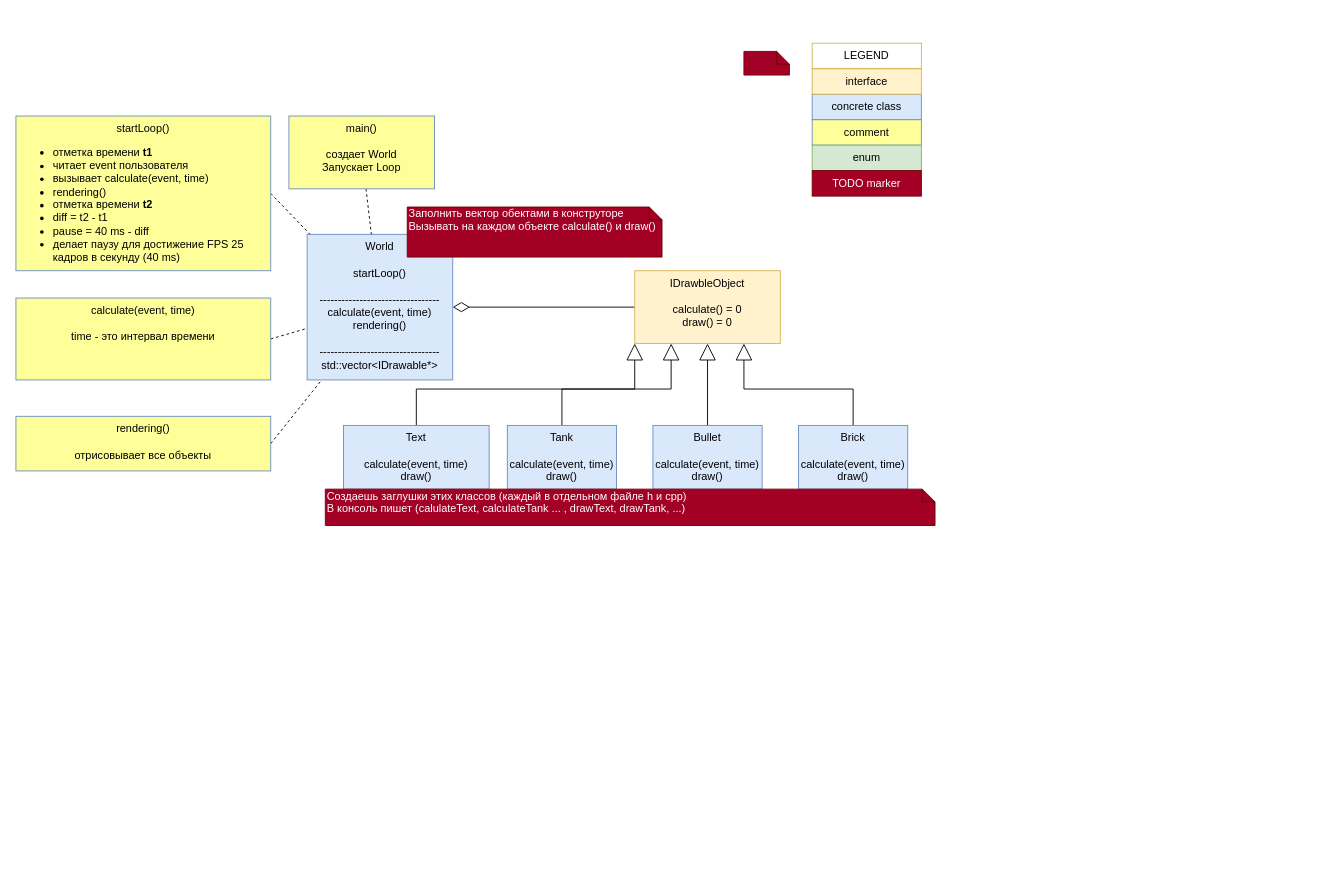
Earlier version of the draw.io diagram page "Page-1" (1 of 3) of TankUML.drawio (ProgProgrammer/tanks2). Source tidied: cells renumbered, new cells numbered last; positions are measured from the earlier drawing's top-left corner, leaving out a move shared by most shapes. Both pictures are drawn from the tidied source at 91%, with x=0, y=0 at pixel (15, 43).
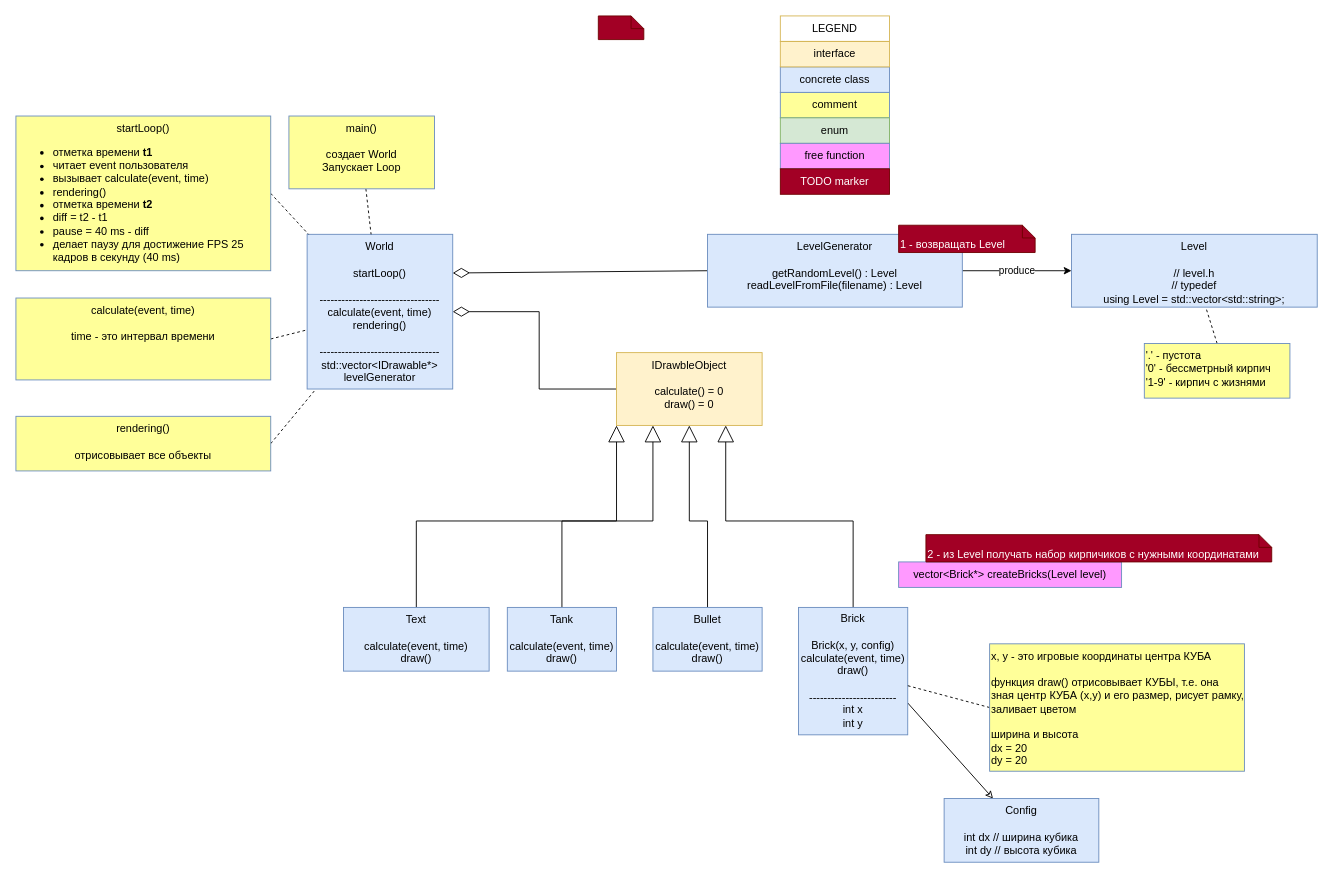
Above is the later version.

Commit message:
Changed TankUML file to the Tanks2 project

What changed in the source:
```diff
@@
-    <mxCell id="2" value="World&lt;br&gt;&lt;br&gt;startLoop()&lt;br&gt;&lt;br&gt;---------------------------------&lt;br&gt;calculate(event, time)&lt;br&gt;rendering()&lt;br&gt;&lt;br&gt;---------------------------------&lt;br&gt;std::vector&amp;lt;IDrawable*&amp;gt;" style="rounded=0;whiteSpace=wrap;html=1;verticalAlign=top;fillColor=#dae8fc;strokeColor=#6c8ebf;" parent="1" vertex="1">
-      <mxGeometry x="320" y="210" width="160" height="160" as="geometry" />
+    <mxCell id="2" value="World&lt;br&gt;&lt;br&gt;startLoop()&lt;br&gt;&lt;br&gt;---------------------------------&lt;br&gt;calculate(event, time)&lt;br&gt;rendering()&lt;br&gt;&lt;br&gt;---------------------------------&lt;br&gt;std::vector&amp;lt;IDrawable*&amp;gt;&lt;br&gt;levelGenerator" style="rounded=0;whiteSpace=wrap;html=1;verticalAlign=top;fillColor=#dae8fc;strokeColor=#6c8ebf;" parent="1" vertex="1">
+      <mxGeometry x="320" y="210" width="160" height="170" as="geometry" />
     </mxCell>
@@
     <mxCell id="4" value="IDrawbleObject&lt;br&gt;&lt;br&gt;calculate() = 0&lt;br&gt;draw() = 0" style="rounded=0;whiteSpace=wrap;html=1;verticalAlign=top;fillColor=#fff2cc;strokeColor=#d6b656;" parent="1" vertex="1">
-      <mxGeometry x="680" y="250" width="160" height="80" as="geometry" />
+      <mxGeometry x="660" y="340" width="160" height="80" as="geometry" />
     </mxCell>
@@
     <mxCell id="6" value="Tank&lt;br&gt;&lt;br&gt;calculate(event, time)&lt;br&gt;draw()" style="rounded=0;whiteSpace=wrap;html=1;verticalAlign=middle;fillColor=#dae8fc;strokeColor=#6c8ebf;" parent="1" vertex="1">
-      <mxGeometry x="540" y="420" width="120" height="70" as="geometry" />
+      <mxGeometry x="540" y="620" width="120" height="70" as="geometry" />
     </mxCell>
@@
     <mxCell id="8" value="Bullet&lt;br&gt;&lt;br&gt;calculate(event, time)&lt;br&gt;draw()" style="rounded=0;whiteSpace=wrap;html=1;verticalAlign=middle;fillColor=#dae8fc;strokeColor=#6c8ebf;" parent="1" vertex="1">
-      <mxGeometry x="700" y="420" width="120" height="70" as="geometry" />
+      <mxGeometry x="700" y="620" width="120" height="70" as="geometry" />
     </mxCell>
@@
+    <mxCell id="30" style="edgeStyle=none;rounded=0;jettySize=auto;html=1;exitX=1;exitY=0.75;exitDx=0;exitDy=0;endArrow=classic;endFill=0;" parent="1" edge="1" source="10" target="40">
+      <mxGeometry relative="1" as="geometry" />
+    </mxCell>
-    <mxCell id="10" value="Brick&lt;br&gt;&lt;br&gt;calculate(event, time)&lt;br&gt;draw()" style="rounded=0;whiteSpace=wrap;html=1;verticalAlign=middle;fillColor=#dae8fc;strokeColor=#6c8ebf;" parent="1" vertex="1">
-      <mxGeometry x="860" y="420" width="120" height="70" as="geometry" />
+    <mxCell id="10" value="Brick&lt;br&gt;&lt;br&gt;Brick(x, y, config)&lt;br&gt;calculate(event, time)&lt;br&gt;draw()&lt;br&gt;&lt;br&gt;------------------------&lt;br&gt;int x&lt;br&gt;int y" style="rounded=0;whiteSpace=wrap;html=1;verticalAlign=middle;fillColor=#dae8fc;strokeColor=#6c8ebf;" parent="1" vertex="1">
+      <mxGeometry x="860" y="620" width="120" height="140" as="geometry" />
     </mxCell>
@@
     <mxCell id="12" value="Text&lt;br&gt;&lt;br&gt;calculate(event, time)&lt;br&gt;draw()" style="rounded=0;whiteSpace=wrap;html=1;verticalAlign=middle;fillColor=#dae8fc;strokeColor=#6c8ebf;" parent="1" vertex="1">
-      <mxGeometry x="360" y="420" width="160" height="70" as="geometry" />
+      <mxGeometry x="360" y="620" width="160" height="70" as="geometry" />
     </mxCell>
     <mxCell id="13" value="comment" style="whiteSpace=wrap;html=1;fillColor=#FFFF99;strokeColor=#6c8ebf;align=center;verticalAlign=top;labelBackgroundColor=none;rounded=0;" parent="1" vertex="1">
-      <mxGeometry x="875" y="84" width="120" height="28" as="geometry" />
+      <mxGeometry x="840" y="54" width="120" height="28" as="geometry" />
     </mxCell>
     <mxCell id="14" value="concrete class" style="rounded=0;whiteSpace=wrap;html=1;fillColor=#dae8fc;strokeColor=#6c8ebf;verticalAlign=top;" parent="1" vertex="1">
-      <mxGeometry x="875" y="56" width="120" height="28" as="geometry" />
+      <mxGeometry x="840" y="26" width="120" height="28" as="geometry" />
     </mxCell>
     <mxCell id="15" value="interface" style="rounded=0;whiteSpace=wrap;html=1;fillColor=#fff2cc;strokeColor=#d6b656;verticalAlign=top;" parent="1" vertex="1">
-      <mxGeometry x="875" y="28" width="120" height="28" as="geometry" />
+      <mxGeometry x="840" y="-2" width="120" height="28" as="geometry" />
     </mxCell>
     <mxCell id="16" value="LEGEND" style="rounded=0;whiteSpace=wrap;html=1;fillColor=none;strokeColor=#d6b656;" parent="1" vertex="1">
-      <mxGeometry x="875" width="120" height="28" as="geometry" />
+      <mxGeometry x="840" y="-30" width="120" height="28" as="geometry" />
     </mxCell>
     <mxCell id="17" value="enum" style="rounded=0;whiteSpace=wrap;html=1;fillColor=#d5e8d4;strokeColor=#82b366;verticalAlign=top;" parent="1" vertex="1">
-      <mxGeometry x="875" y="112" width="120" height="28" as="geometry" />
+      <mxGeometry x="840" y="82" width="120" height="28" as="geometry" />
     </mxCell>
-    <mxCell id="18" value="TODO marker" style="rounded=0;whiteSpace=wrap;html=1;fillColor=#a20025;strokeColor=#6F0000;fontColor=#ffffff;verticalAlign=top;" parent="1" vertex="1">
-      <mxGeometry x="875" y="140" width="120" height="28" as="geometry" />
+    <mxCell id="18" value="free function" style="rounded=0;whiteSpace=wrap;html=1;fillColor=#FF99FF;strokeColor=#6c8ebf;fontColor=default;verticalAlign=top;" parent="1" vertex="1">
+      <mxGeometry x="840" y="110" width="120" height="28" as="geometry" />
     </mxCell>
     <mxCell id="19" value="&lt;span style=&quot;white-space: nowrap&quot;&gt;&lt;br&gt;&lt;/span&gt;" style="shape=note;html=1;size=14;verticalAlign=top;align=left;spacingTop=-6;labelBackgroundColor=none;fillColor=#a20025;whiteSpace=wrap;strokeColor=#6F0000;fontColor=#ffffff;" parent="1" vertex="1" collapsed="1">
-      <mxGeometry x="800" y="9" width="50" height="26" as="geometry" />
+      <mxGeometry x="640" y="-30" width="50" height="26" as="geometry" />
     </mxCell>
-    <mxCell id="20" value="&lt;span style=&quot;white-space: nowrap&quot;&gt;Создаешь заглушки этих классов (каждый в отдельном файле h и cpp)&lt;br&gt;В консоль пишет (calulateText, calculateTank ... , drawText, drawTank, ...)&lt;br&gt;&lt;/span&gt;" style="shape=note;html=1;size=14;verticalAlign=top;align=left;spacingTop=-6;labelBackgroundColor=none;fillColor=#a20025;whiteSpace=wrap;strokeColor=#6F0000;fontColor=#ffffff;" parent="1" vertex="1">
-      <mxGeometry x="340" y="490" width="670" height="40" as="geometry" />
-    </mxCell>
-    <mxCell id="21" value="&lt;span style=&quot;white-space: nowrap&quot;&gt;Заполнить вектор обектами в конструторе&lt;br&gt;Вызывать на каждом объекте calculate() и draw()&lt;br&gt;&lt;/span&gt;" style="shape=note;html=1;size=14;verticalAlign=top;align=left;spacingTop=-6;labelBackgroundColor=none;fillColor=#a20025;whiteSpace=wrap;strokeColor=#6F0000;fontColor=#ffffff;" parent="1" vertex="1">
-      <mxGeometry x="430" y="180" width="280" height="55" as="geometry" />
-    </mxCell>
@@
+    <mxCell id="31" value="Level&lt;br&gt;&lt;br&gt;// level.h&lt;br&gt;// typedef&lt;br&gt;using Level = std::vector&amp;lt;std::string&amp;gt;;" style="rounded=0;whiteSpace=wrap;verticalAlign=top;fillColor=#dae8fc;strokeColor=#6c8ebf;html=1;" parent="1" vertex="1">
+      <mxGeometry x="1160" y="210" width="270" height="80" as="geometry" />
+    </mxCell>
+    <mxCell id="32" value="produce" style="edgeStyle=orthogonalEdgeStyle;rounded=0;jettySize=auto;html=1;exitX=1;exitY=0.5;exitDx=0;exitDy=0;entryX=0;entryY=0.5;entryDx=0;entryDy=0;" parent="1" edge="1" source="34" target="31">
+      <mxGeometry relative="1" as="geometry" />
+    </mxCell>
+    <mxCell id="33" style="edgeStyle=none;rounded=0;jettySize=auto;html=1;exitX=0;exitY=0.5;exitDx=0;exitDy=0;entryX=1;entryY=0.25;entryDx=0;entryDy=0;endArrow=diamondThin;endFill=0;endSize=16;" parent="1" edge="1" source="34" target="2">
+      <mxGeometry relative="1" as="geometry" />
+    </mxCell>
+    <mxCell id="34" value="LevelGenerator&lt;br&gt;&lt;br&gt;getRandomLevel() : Level&lt;br&gt;readLevelFromFile(filename) : Level" style="whiteSpace=wrap;html=1;fillColor=#dae8fc;strokeColor=#6c8ebf;align=center;verticalAlign=top;labelBackgroundColor=none;rounded=0;" parent="1" vertex="1">
+      <mxGeometry x="760" y="210" width="280" height="80" as="geometry" />
+    </mxCell>
+    <mxCell id="35" style="rounded=0;jettySize=auto;html=1;exitX=0.5;exitY=0;exitDx=0;exitDy=0;endArrow=none;endFill=0;dashed=1;" parent="1" edge="1" source="36" target="31">
+      <mxGeometry relative="1" as="geometry" />
+    </mxCell>
+    <mxCell id="36" value="'.' - пустота&lt;br&gt;'0' - бессметрный кирпич&lt;br&gt;'1-9' - кирпич с жизнями" style="rounded=0;whiteSpace=wrap;html=1;verticalAlign=top;fillColor=#FFFF99;strokeColor=#6c8ebf;labelBackgroundColor=none;align=left;" parent="1" vertex="1">
+      <mxGeometry x="1240" y="330" width="160" height="60" as="geometry" />
+    </mxCell>
+    <mxCell id="37" value="&lt;span style=&quot;white-space: nowrap&quot;&gt;&lt;br&gt;1 - возвращать Level&lt;br&gt;&lt;/span&gt;" style="shape=note;html=1;size=14;verticalAlign=top;align=left;spacingTop=-6;labelBackgroundColor=none;fillColor=#a20025;whiteSpace=wrap;strokeColor=#6F0000;fontColor=#ffffff;" parent="1" vertex="1" collapsed="1">
+      <mxGeometry x="970" y="200" width="150" height="30" as="geometry" />
+    </mxCell>
+    <mxCell id="38" style="edgeStyle=none;rounded=0;jettySize=auto;html=1;exitX=0;exitY=0.5;exitDx=0;exitDy=0;dashed=1;endArrow=none;endFill=0;" parent="1" edge="1" source="39" target="10">
+      <mxGeometry relative="1" as="geometry" />
+    </mxCell>
+    <mxCell id="39" value="x, y - это игровые координаты центра КУБА&lt;br&gt;&lt;br&gt;функция draw() отрисовывает КУБЫ, т.е. она зная центр КУБА (х,y) и его размер, рисует рамку, заливает цветом&lt;br&gt;&lt;br&gt;ширина и высота&lt;br&gt;dx = 20&lt;br&gt;dy = 20" style="rounded=0;whiteSpace=wrap;html=1;verticalAlign=top;fillColor=#FFFF99;strokeColor=#6c8ebf;labelBackgroundColor=none;align=left;" parent="1" vertex="1">
+      <mxGeometry x="1070" y="660" width="280" height="140" as="geometry" />
+    </mxCell>
+    <mxCell id="40" value="Config&lt;br&gt;&lt;br&gt;int dx // ширина кубика&lt;br&gt;int dy // высота кубика" style="whiteSpace=wrap;html=1;fillColor=#dae8fc;strokeColor=#6c8ebf;align=center;verticalAlign=top;labelBackgroundColor=none;rounded=0;" parent="1" vertex="1">
+      <mxGeometry x="1020" y="830" width="170" height="70" as="geometry" />
+    </mxCell>
+    <mxCell id="41" value="vector&amp;lt;Brick*&amp;gt; createBricks(Level level)" style="rounded=0;whiteSpace=wrap;html=1;fillColor=#FF99FF;strokeColor=#6c8ebf;verticalAlign=top;" parent="1" vertex="1">
+      <mxGeometry x="970" y="570" width="245" height="28" as="geometry" />
+    </mxCell>
+    <mxCell id="42" value="TODO marker" style="rounded=0;whiteSpace=wrap;html=1;fillColor=#a20025;strokeColor=#6F0000;fontColor=#ffffff;verticalAlign=top;" parent="1" vertex="1">
+      <mxGeometry x="840" y="138" width="120" height="28" as="geometry" />
+    </mxCell>
+    <mxCell id="43" value="&lt;span style=&quot;white-space: nowrap&quot;&gt;&lt;br&gt;2 - из Level получать набор кирпичиков с нужными координатами&lt;br&gt;&lt;/span&gt;" style="shape=note;html=1;size=14;verticalAlign=top;align=left;spacingTop=-6;labelBackgroundColor=none;fillColor=#a20025;whiteSpace=wrap;strokeColor=#6F0000;fontColor=#ffffff;" parent="1" vertex="1" collapsed="1">
+      <mxGeometry x="1000" y="540" width="380" height="30" as="geometry" />
+    </mxCell>
```
